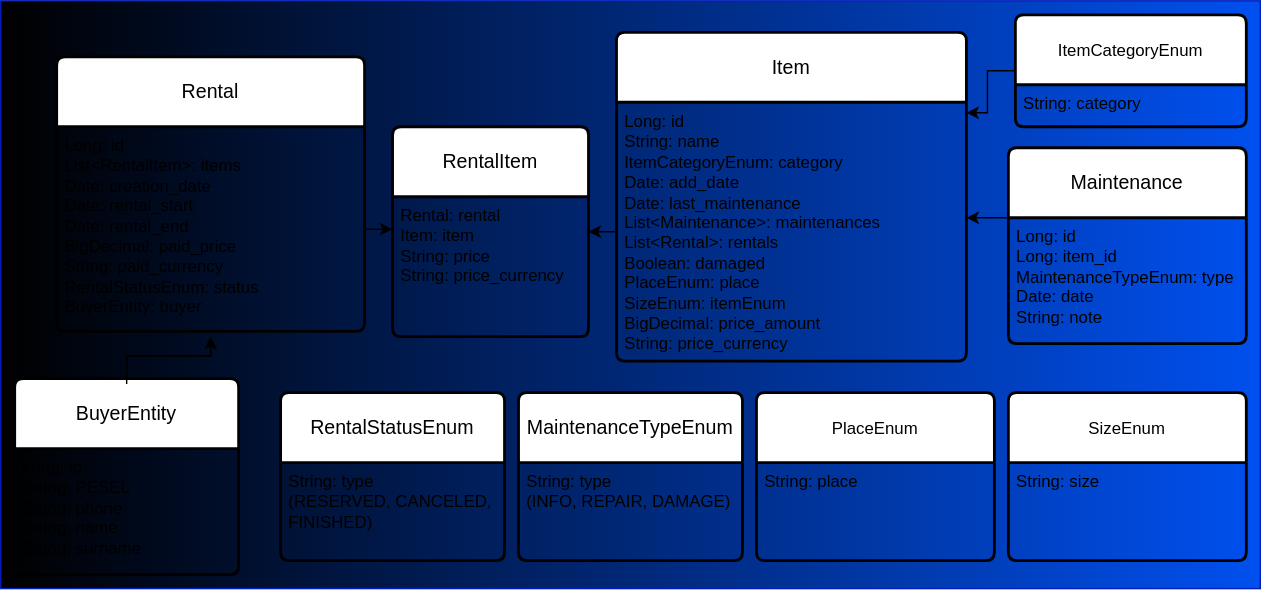
Earlier version of the draw.io export HLD/images/database.svg (dawid-poradzinski/RentalManagementApp). Source tidied: cells renumbered, new cells last; positions are measured from the earlier drawing's top-left corner, leaving out a move shared by most shapes.
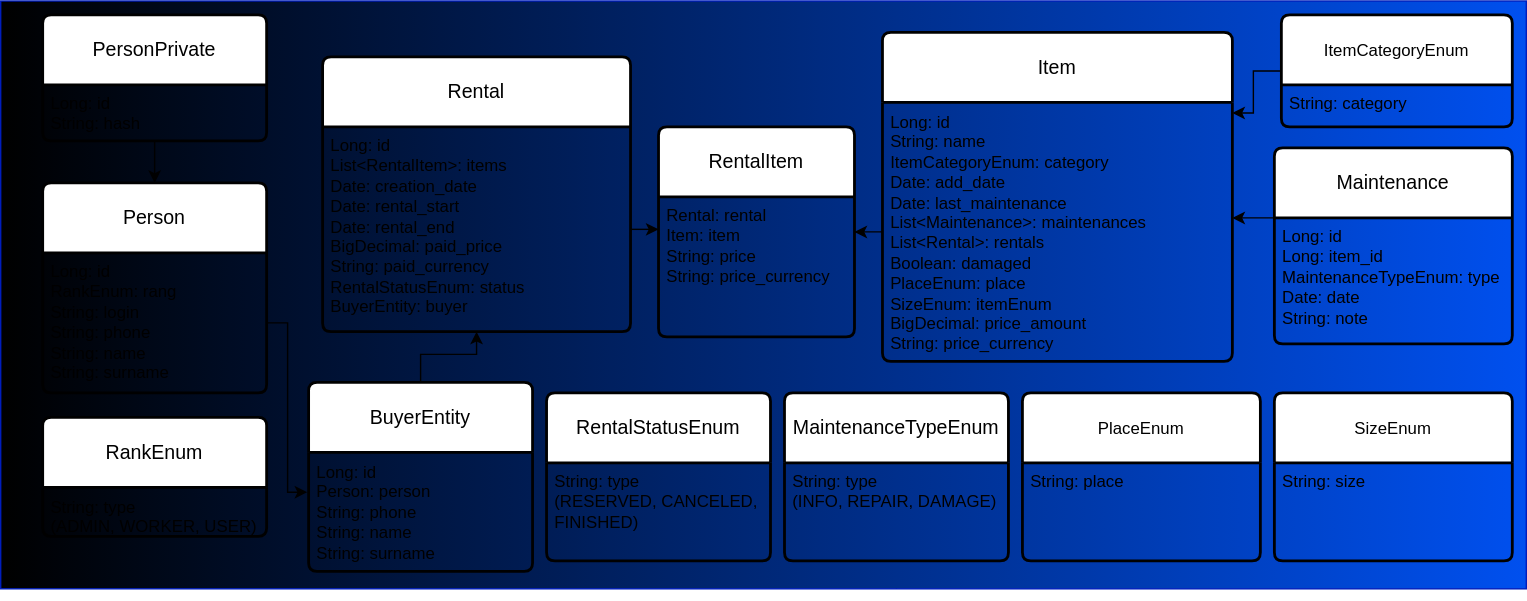
The same file after the commit.

The edit, as a diff of the source:
```diff
@@ -6,7 +6,7 @@
       <mxGeometry relative="1" as="geometry" />
     </mxCell>
     <mxCell id="3" style="rounded=0;whiteSpace=wrap;html=1;fillColor=#0050ef;fontColor=#ffffff;strokeColor=#001DBC;gradientColor=light-dark(#000000,#B327FF);gradientDirection=west;" parent="1" vertex="1">
-      <mxGeometry width="900" height="420" as="geometry" />
+      <mxGeometry x="-190" width="1090" height="420" as="geometry" />
     </mxCell>
     <mxCell id="4" value="&lt;span style=&quot;font-size: 12px; text-align: left;&quot;&gt;ItemCategoryEnum&lt;/span&gt;" style="swimlane;horizontal=1;startSize=50;rounded=1;fontSize=14;fontStyle=0;strokeWidth=2;shadow=0;dashed=0;align=center;arcSize=4;whiteSpace=wrap;html=1;" parent="1" vertex="1">
       <mxGeometry x="725" y="10" width="165" height="80" as="geometry" />
@@ -47,21 +47,14 @@
     <mxCell id="16" value="String: type&lt;br&gt;(RESERVED, CANCELED, FINISHED)&amp;nbsp;" style="align=left;strokeColor=none;fillColor=none;spacingLeft=4;spacingRight=4;fontSize=12;verticalAlign=top;html=1;whiteSpace=wrap;" parent="15" vertex="1">
       <mxGeometry y="50" width="160" height="70" as="geometry" />
     </mxCell>
-    <mxCell id="17" style="edgeStyle=orthogonalEdgeStyle;rounded=0;orthogonalLoop=1;jettySize=auto;html=1;entryX=0.5;entryY=1;entryDx=0;entryDy=0;" parent="1" edge="1">
-      <mxGeometry relative="1" as="geometry">
-        <mxPoint x="90" y="273.8" as="sourcePoint" />
-        <mxPoint x="150" y="240" as="targetPoint" />
-        <Array as="points">
-          <mxPoint x="90" y="253.8" />
-          <mxPoint x="150" y="253.8" />
-        </Array>
-      </mxGeometry>
-    </mxCell>
+    <mxCell id="31" style="edgeStyle=orthogonalEdgeStyle;rounded=0;jettySize=auto;html=1;entryX=0.5;entryY=1;entryDx=0;entryDy=0;" parent="1" edge="1" source="18" target="14">
+      <mxGeometry relative="1" as="geometry" />
+    </mxCell>
     <mxCell id="18" value="BuyerEntity" style="swimlane;horizontal=1;startSize=50;rounded=1;fontSize=14;fontStyle=0;strokeWidth=2;shadow=0;dashed=0;align=center;arcSize=4;whiteSpace=wrap;html=1;" parent="1" vertex="1">
-      <mxGeometry x="10" y="270" width="160" height="140" as="geometry" />
+      <mxGeometry x="30" y="272.5" width="160" height="135" as="geometry" />
     </mxCell>
-    <mxCell id="19" value="Long: id&lt;div&gt;String: PESEL&lt;/div&gt;&lt;div&gt;String: phone&lt;br&gt;String: name&lt;br&gt;String: surname&lt;/div&gt;" style="align=left;strokeColor=none;fillColor=none;spacingLeft=4;spacingRight=4;fontSize=12;verticalAlign=top;html=1;whiteSpace=wrap;" parent="18" vertex="1">
-      <mxGeometry y="50" width="160" height="90" as="geometry" />
+    <mxCell id="19" value="Long: id&lt;div&gt;Person: person&lt;br&gt;&lt;div&gt;&lt;span style=&quot;background-color: transparent; color: light-dark(rgb(0, 0, 0), rgb(255, 255, 255));&quot;&gt;String: phone&lt;/span&gt;&lt;/div&gt;&lt;div&gt;String: name&lt;br&gt;String: surname&lt;/div&gt;&lt;/div&gt;" style="align=left;strokeColor=none;fillColor=none;spacingLeft=4;spacingRight=4;fontSize=12;verticalAlign=top;html=1;whiteSpace=wrap;" parent="18" vertex="1">
+      <mxGeometry y="50" width="160" height="85" as="geometry" />
     </mxCell>
     <mxCell id="20" style="edgeStyle=orthogonalEdgeStyle;rounded=0;jettySize=auto;html=1;" parent="1" edge="1" source="4">
       <mxGeometry relative="1" as="geometry">
@@ -88,16 +81,6 @@
     <mxCell id="25" style="edgeStyle=orthogonalEdgeStyle;rounded=0;jettySize=auto;html=1;entryX=0.002;entryY=0.237;entryDx=0;entryDy=0;entryPerimeter=0;" parent="1" edge="1" source="14" target="23">
       <mxGeometry relative="1" as="geometry" />
     </mxCell>
-    <mxCell id="26" style="edgeStyle=orthogonalEdgeStyle;rounded=0;orthogonalLoop=1;jettySize=auto;html=1;entryX=0.5;entryY=1;entryDx=0;entryDy=0;" parent="1" edge="1">
-      <mxGeometry relative="1" as="geometry">
-        <mxPoint x="90" y="273.8" as="sourcePoint" />
-        <mxPoint x="150" y="240" as="targetPoint" />
-        <Array as="points">
-          <mxPoint x="90" y="254" />
-          <mxPoint x="150" y="254" />
-        </Array>
-      </mxGeometry>
-    </mxCell>
     <mxCell id="27" value="&lt;span style=&quot;font-size: 12px; text-align: left;&quot;&gt;PlaceEnum&lt;/span&gt;" style="swimlane;horizontal=1;startSize=50;rounded=1;fontSize=14;fontStyle=0;strokeWidth=2;shadow=0;dashed=0;align=center;arcSize=4;whiteSpace=wrap;html=1;" parent="1" vertex="1">
       <mxGeometry x="540" y="280" width="170" height="120" as="geometry" />
     </mxCell>
@@ -110,5 +93,34 @@
     <mxCell id="30" value="String: size" style="align=left;strokeColor=none;fillColor=none;spacingLeft=4;spacingRight=4;fontSize=12;verticalAlign=top;html=1;whiteSpace=wrap;" parent="29" vertex="1">
       <mxGeometry y="50" width="170" height="70" as="geometry" />
     </mxCell>
+    <mxCell id="32" style="edgeStyle=orthogonalEdgeStyle;rounded=0;jettySize=auto;html=1;" parent="1" edge="1" source="33" target="35">
+      <mxGeometry relative="1" as="geometry" />
+    </mxCell>
+    <mxCell id="33" value="PersonPrivate" style="swimlane;horizontal=1;startSize=50;rounded=1;fontSize=14;fontStyle=0;strokeWidth=2;shadow=0;dashed=0;align=center;arcSize=4;whiteSpace=wrap;html=1;" parent="1" vertex="1">
+      <mxGeometry x="-160" y="10" width="160" height="90" as="geometry" />
+    </mxCell>
+    <mxCell id="34" value="Long: id&lt;div&gt;String: hash&lt;/div&gt;" style="align=left;strokeColor=none;fillColor=none;spacingLeft=4;spacingRight=4;fontSize=12;verticalAlign=top;html=1;whiteSpace=wrap;" parent="33" vertex="1">
+      <mxGeometry y="50" width="160" height="40" as="geometry" />
+    </mxCell>
+    <mxCell id="35" value="Person" style="swimlane;horizontal=1;startSize=50;rounded=1;fontSize=14;fontStyle=0;strokeWidth=2;shadow=0;dashed=0;align=center;arcSize=4;whiteSpace=wrap;html=1;" parent="1" vertex="1">
+      <mxGeometry x="-160" y="130" width="160" height="150" as="geometry" />
+    </mxCell>
+    <mxCell id="36" value="Long: id&lt;div&gt;RankEnum: rang&lt;br&gt;&lt;div&gt;String: login&lt;/div&gt;&lt;div&gt;String: phone&lt;/div&gt;&lt;div&gt;String: name&lt;/div&gt;&lt;div&gt;String: surname&lt;/div&gt;&lt;/div&gt;" style="align=left;strokeColor=none;fillColor=none;spacingLeft=4;spacingRight=4;fontSize=12;verticalAlign=top;html=1;whiteSpace=wrap;" parent="35" vertex="1">
+      <mxGeometry y="50" width="160" height="100" as="geometry" />
+    </mxCell>
+    <mxCell id="37" value="RankEnum" style="swimlane;horizontal=1;startSize=50;rounded=1;fontSize=14;fontStyle=0;strokeWidth=2;shadow=0;dashed=0;align=center;arcSize=4;whiteSpace=wrap;html=1;" parent="1" vertex="1">
+      <mxGeometry x="-160" y="297.5" width="160" height="85" as="geometry" />
+    </mxCell>
+    <mxCell id="38" value="String: type&lt;div&gt;(ADMIN, WORKER, USER)&lt;/div&gt;" style="align=left;strokeColor=none;fillColor=none;spacingLeft=4;spacingRight=4;fontSize=12;verticalAlign=top;html=1;whiteSpace=wrap;" parent="37" vertex="1">
+      <mxGeometry y="50" width="160" height="35" as="geometry" />
+    </mxCell>
+    <mxCell id="39" style="edgeStyle=orthogonalEdgeStyle;rounded=0;jettySize=auto;html=1;entryX=-0.006;entryY=0.335;entryDx=0;entryDy=0;entryPerimeter=0;" parent="1" edge="1" source="36" target="19">
+      <mxGeometry relative="1" as="geometry">
+        <Array as="points">
+          <mxPoint x="15" y="230" />
+          <mxPoint x="15" y="351" />
+        </Array>
+      </mxGeometry>
+    </mxCell>
   </root>
 </mxGraphModel>
```
